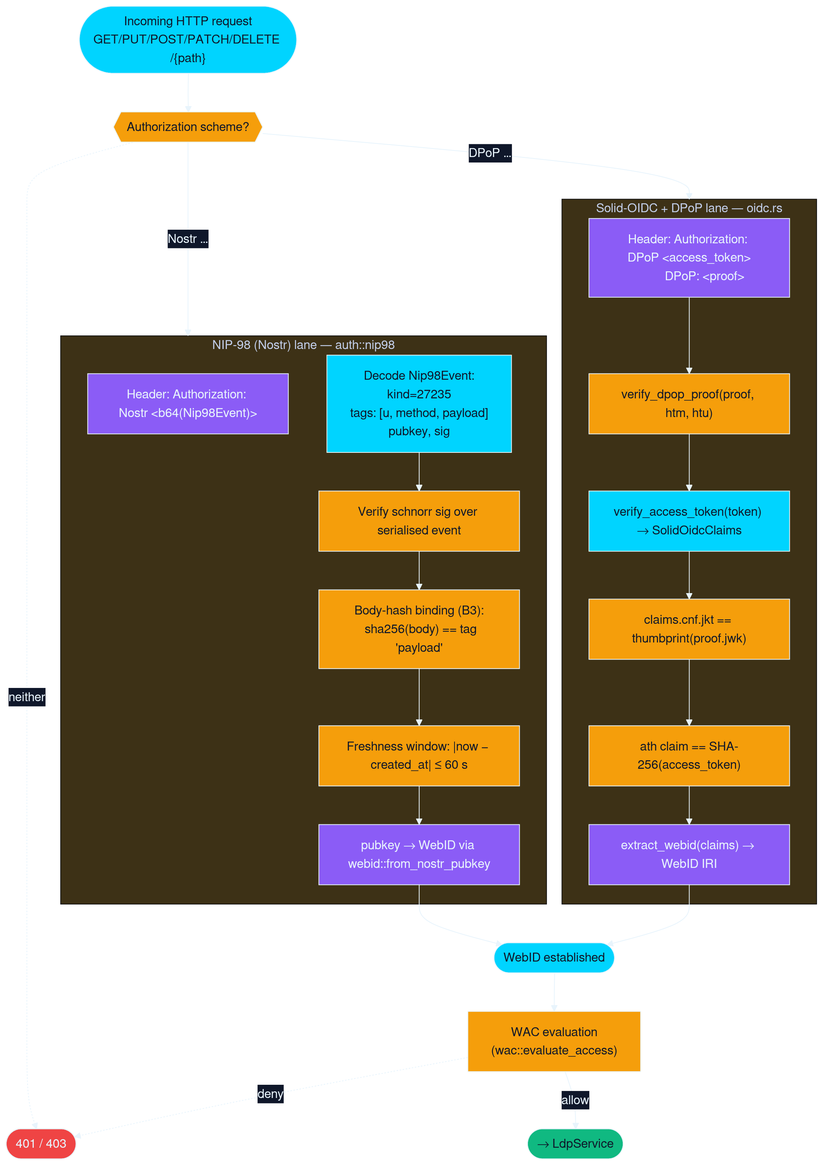
This is crates/solid-pod-rs/docs/diagrams/rendered/07-nip98-vs-oidc.png from DreamLab-AI/solid-pod-rs, a Mermaid export, as it was before one commit. Its source is kept beside it as crates/solid-pod-rs/docs/diagrams/src/07-nip98-vs-oidc.mmd.
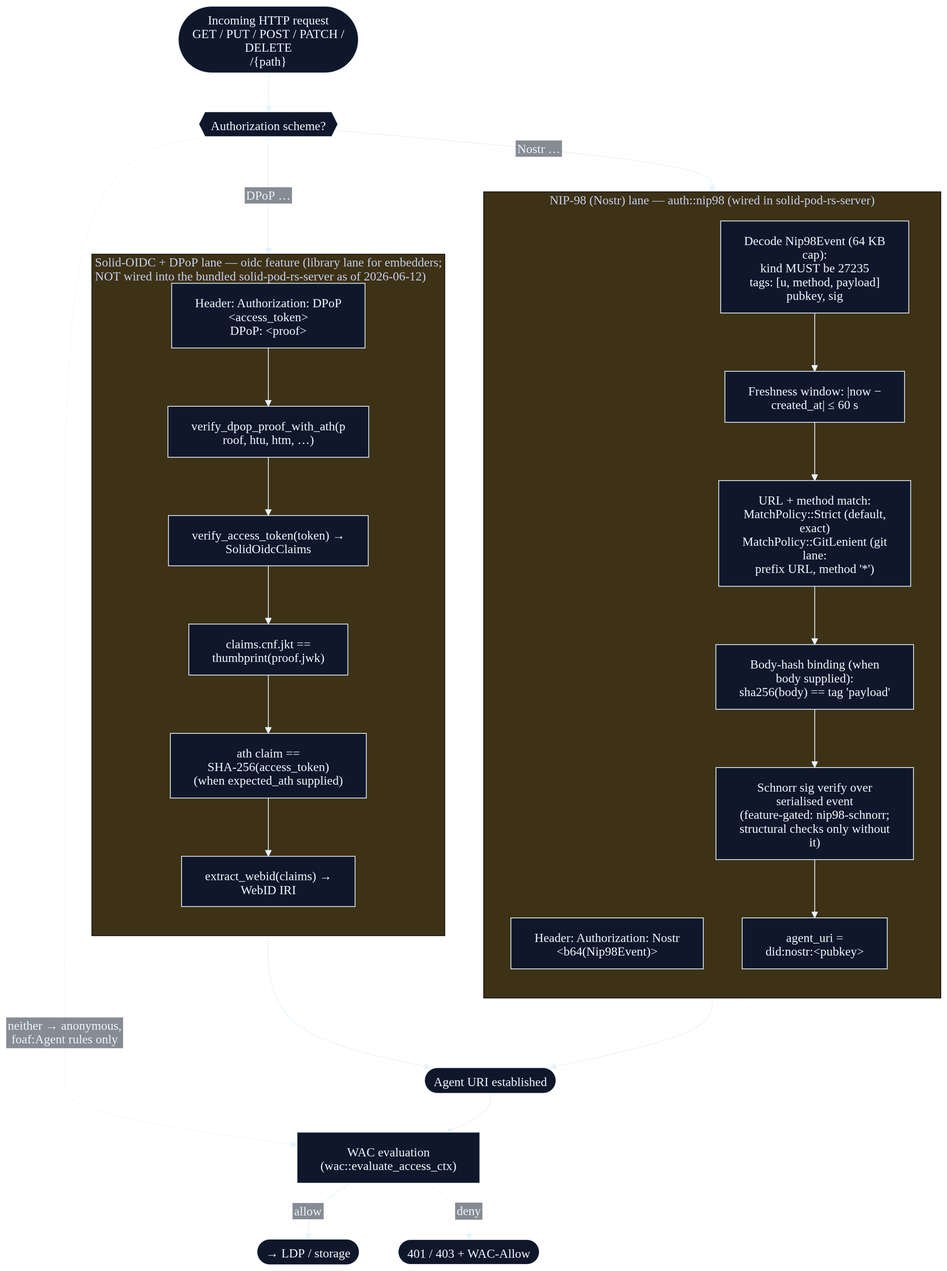
After the change.

Change to the diagram source:
```diff
@@ -4,33 +4,33 @@
   'edgeLabelBackground':'#0f172a','fontFamily':'ui-sans-serif, system-ui, sans-serif'
 }}}%%
 flowchart TB
-  REQ(["Incoming HTTP request\nGET/PUT/POST/PATCH/DELETE /{path}"]):::entry
+  REQ(["Incoming HTTP request<br/>GET / PUT / POST / PATCH / DELETE<br/>/{path}"]):::entry
 
   PICK{{"Authorization scheme?"}}:::gate
 
   subgraph NIP["NIP-98 (Nostr) lane — auth::nip98 (wired in solid-pod-rs-server)"]
     direction TB
     N1["Header: Authorization: Nostr &lt;b64(Nip98Event)&gt;"]:::gov
-    N2["Decode Nip98Event (64 KB cap):\n  kind MUST be 27235\n  tags: [u, method, payload]\n  pubkey, sig"]:::svc
+    N2["Decode Nip98Event (64 KB cap):<br/>  kind MUST be 27235<br/>  tags: [u, method, payload]<br/>  pubkey, sig"]:::svc
     N3["Freshness window: |now − created_at| ≤ 60 s"]:::gate
-    N4["URL + method match:\n  MatchPolicy::Strict (default, exact)\n  MatchPolicy::GitLenient (git lane:\n  prefix URL, method '*')"]:::gate
-    N5["Body-hash binding (when body supplied):\n  sha256(body) == tag 'payload'"]:::gate
-    N6["Schnorr sig verify over serialised event\n(feature-gated: nip98-schnorr;\nstructural checks only without it)"]:::gate
+    N4["URL + method match:<br/>  MatchPolicy::Strict (default, exact)<br/>  MatchPolicy::GitLenient (git lane:<br/>  prefix URL, method '*')"]:::gate
+    N5["Body-hash binding (when body supplied):<br/>  sha256(body) == tag 'payload'"]:::gate
+    N6["Schnorr sig verify over serialised event<br/>(feature-gated: nip98-schnorr;<br/>structural checks only without it)"]:::gate
     N7["agent_uri = did:nostr:&lt;pubkey&gt;"]:::gov
   end
 
-  subgraph OID["Solid-OIDC + DPoP lane — oidc feature (library lane for embedders;\nNOT wired into the bundled solid-pod-rs-server as of 2026-06-12)"]
+  subgraph OID["Solid-OIDC + DPoP lane — oidc feature (library lane for embedders;<br/>NOT wired into the bundled solid-pod-rs-server as of 2026-06-12)"]
     direction TB
-    O1["Header: Authorization: DPoP &lt;access_token&gt;\n          DPoP: &lt;proof&gt;"]:::gov
+    O1["Header: Authorization: DPoP &lt;access_token&gt;<br/>          DPoP: &lt;proof&gt;"]:::gov
     O2["verify_dpop_proof_with_ath(proof, htu, htm, …)"]:::gate
     O3["verify_access_token(token) → SolidOidcClaims"]:::svc
     O4["claims.cnf.jkt == thumbprint(proof.jwk)"]:::gate
-    O5["ath claim == SHA-256(access_token)\n(when expected_ath supplied)"]:::gate
+    O5["ath claim == SHA-256(access_token)<br/>(when expected_ath supplied)"]:::gate
     O6["extract_webid(claims) → WebID IRI"]:::gov
   end
 
   MERGE(["Agent URI established"]):::entry
-  WAC["WAC evaluation\n(wac::evaluate_access_ctx)"]:::gate
+  WAC["WAC evaluation<br/>(wac::evaluate_access_ctx)"]:::gate
   ALLOW(["→ LDP / storage"]):::allow
   DENY(["401 / 403 + WAC-Allow"]):::deny
 
```
